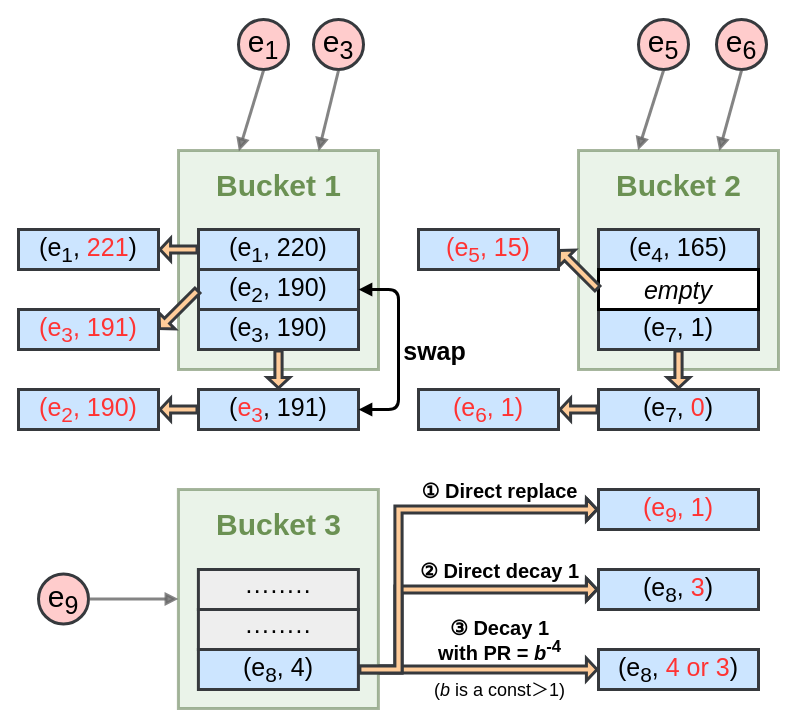
sql0316/hello-world keeps this draw.io diagram as page "BS-running" (6 of 10) of 未命名绘图.drawio. Above is the earlier version. Source tidied: cells renumbered, new cells numbered last; positions are measured from the earlier drawing's top-left corner, leaving out a move shared by most shapes. Both pictures are drawn from the tidied source at 100%, with x=0, y=0 at pixel (18, 19).
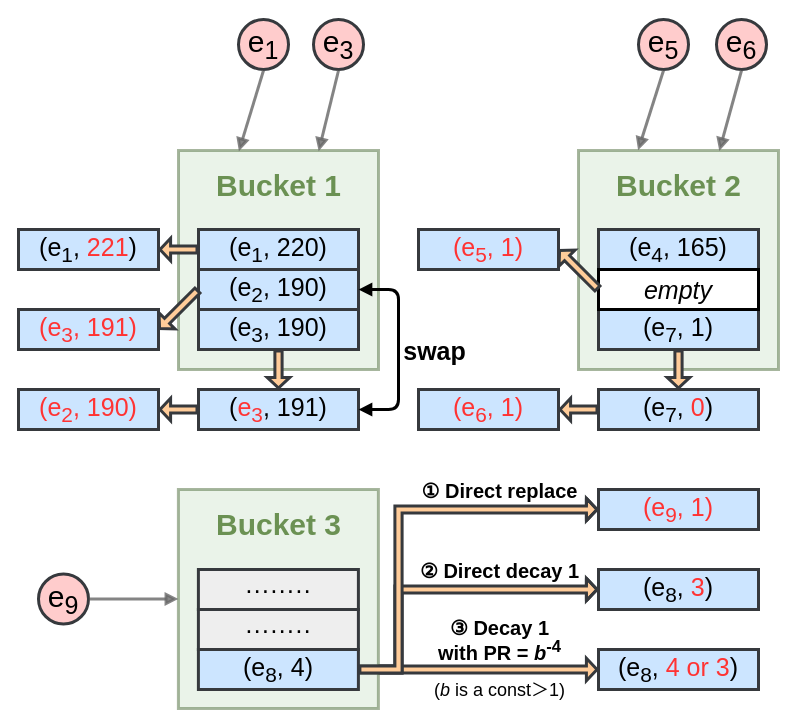
The same page after the edit.

Commit message:
Update 未命名绘图.drawio

What changed in the source:
```diff
@@
-    <mxCell id="15" value="&lt;span style=&quot;font-size: 25px&quot;&gt;&lt;font color=&quot;#ff3333&quot;&gt;(e&lt;sub&gt;5&lt;/sub&gt;, 15)&lt;/font&gt;&lt;/span&gt;" style="rounded=0;whiteSpace=wrap;html=1;fontFamily=Helvetica;strokeColor=#36393d;strokeWidth=3;fillColor=#cce5ff;" parent="1" vertex="1">
+    <mxCell id="15" value="&lt;span style=&quot;font-size: 25px&quot;&gt;&lt;font color=&quot;#ff3333&quot;&gt;(e&lt;sub&gt;5&lt;/sub&gt;, 1)&lt;/font&gt;&lt;/span&gt;" style="rounded=0;whiteSpace=wrap;html=1;fontFamily=Helvetica;strokeColor=#36393d;strokeWidth=3;fillColor=#cce5ff;" parent="1" vertex="1">
       <mxGeometry x="400" y="210" width="140" height="40" as="geometry" />
     </mxCell>
```
